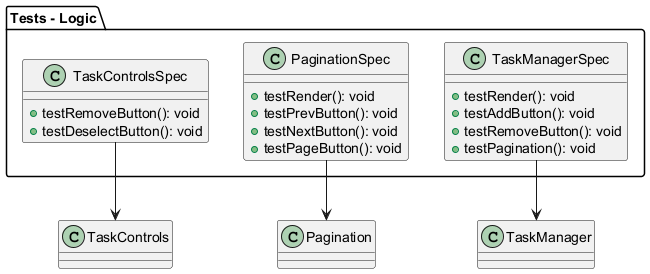
Above: docs/images/TestsLogic.png in Takayuki-Suda/nuxt-todo-app-document (PlantUML), before the change. Source of this version:
```plantuml
@startuml
package "Tests - Logic" {
  class TaskControlsSpec {
    + testRemoveButton(): void
    + testDeselectButton(): void
  }

  class PaginationSpec {
    + testRender(): void
    + testPrevButton(): void
    + testNextButton(): void
    + testPageButton(): void
  }

  class TaskManagerSpec {
    + testRender(): void
    + testAddButton(): void
    + testRemoveButton(): void
    + testPagination(): void
  }
}

TaskControlsSpec --> TaskControls
PaginationSpec --> Pagination
TaskManagerSpec --> TaskManager
@enduml
```
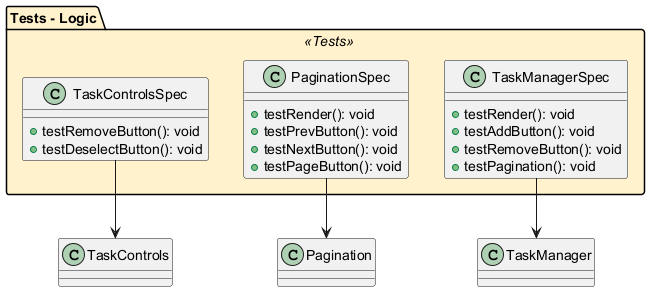
The same diagram one commit later.

Change to the diagram source:
```diff
@@ -1,5 +1,9 @@
 @startuml
-package "Tests - Logic" {
+skinparam package {
+  BackgroundColor<<Tests>> #FFF2CC
+}
+
+package "Tests - Logic" <<Tests>> {
   class TaskControlsSpec {
     + testRemoveButton(): void
     + testDeselectButton(): void
```
